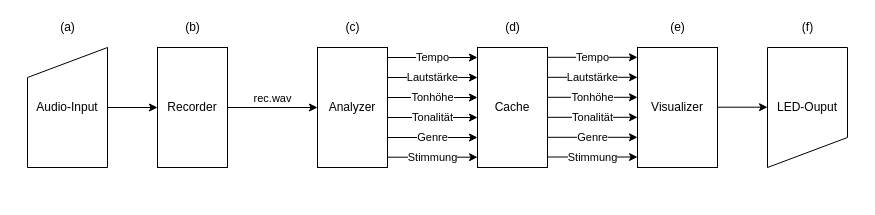
r-grun/music-visualization keeps this draw.io diagram as graphics/Architektur.drawio. Above is the earlier version. Source tidied: cells renumbered, new cells numbered last; positions are measured from the earlier drawing's top-left corner, leaving out a move shared by most shapes. Both pictures are drawn from the tidied source at 100%, with x=0, y=0 at pixel (27, 17).
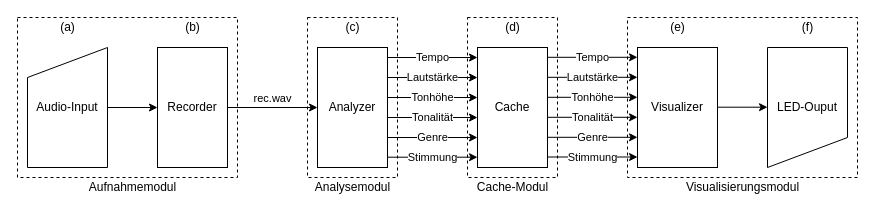
The same diagram, later.

Change to the diagram source:
```diff
@@
+    <mxCell id="29" style="rounded=0;whiteSpace=wrap;html=1;fillColor=none;dashed=1;" parent="1" vertex="1">
+      <mxGeometry x="-10" width="220" height="160" as="geometry" />
+    </mxCell>
+    <mxCell id="30" style="rounded=0;whiteSpace=wrap;html=1;fillColor=none;dashed=1;" parent="1" vertex="1">
+      <mxGeometry x="280" width="90" height="160" as="geometry" />
+    </mxCell>
+    <mxCell id="31" style="rounded=0;whiteSpace=wrap;html=1;fillColor=none;dashed=1;" parent="1" vertex="1">
+      <mxGeometry x="440" width="90" height="160" as="geometry" />
+    </mxCell>
+    <mxCell id="32" style="rounded=0;whiteSpace=wrap;html=1;fillColor=none;dashed=1;" parent="1" vertex="1">
+      <mxGeometry x="600" width="230" height="160" as="geometry" />
+    </mxCell>
+    <mxCell id="33" value="Aufnahmemodul" style="text;html=1;align=center;verticalAlign=middle;strokeColor=none;fillColor=none;" parent="1" vertex="1">
+      <mxGeometry x="55" y="160" width="100" height="20" as="geometry" />
+    </mxCell>
+    <mxCell id="34" value="Analysemodul" style="text;html=1;align=center;verticalAlign=middle;strokeColor=none;fillColor=none;" parent="1" vertex="1">
+      <mxGeometry x="280" y="160" width="90" height="20" as="geometry" />
+    </mxCell>
+    <mxCell id="35" value="Cache-Modul" style="text;html=1;align=center;verticalAlign=middle;strokeColor=none;fillColor=none;" parent="1" vertex="1">
+      <mxGeometry x="445" y="160" width="80" height="20" as="geometry" />
+    </mxCell>
+    <mxCell id="36" value="Visualisierungsmodul" style="text;html=1;align=center;verticalAlign=middle;strokeColor=none;fillColor=none;" parent="1" vertex="1">
+      <mxGeometry x="655" y="160" width="120" height="20" as="geometry" />
+    </mxCell>
```
